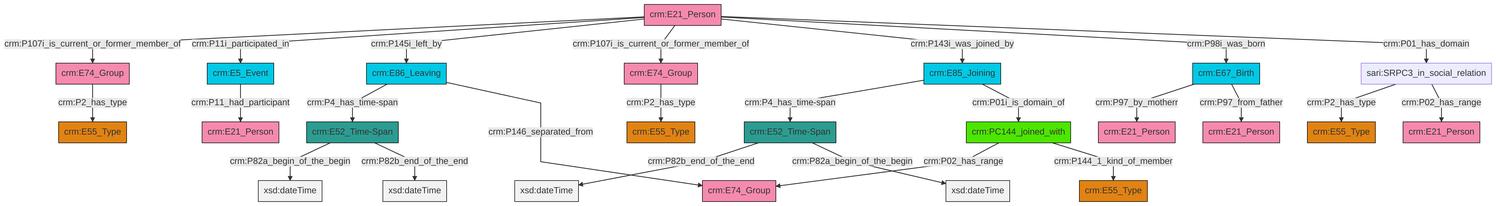
The Mermaid diagram et/personCSV/ttl/mmd/png/Person_Actor_Relations.png in swiss-art-research-net/docs.swissartresearch, before a commit. Its source is kept beside it as et/personCSV/ttl/mmd/Person_Actor_Relations.ttl.mmd.
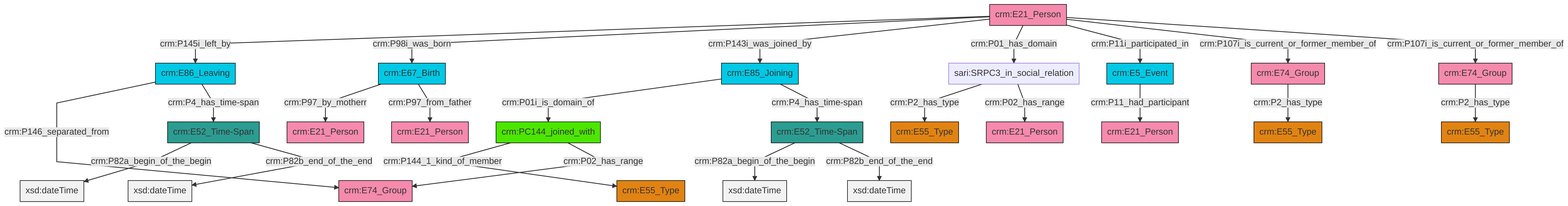
The same file after the commit.

Diff of the diagram source:
```diff
@@ -13,27 +13,27 @@
 classDef PC_Classes fill:#4ce600, stroke:#000000;
 classDef Multi fill:#cccccc,stroke:#000000;
 
-0["crm:E21_Person"]:::Actor -->|crm:P107i_is_current_or_former_member_of| 1["crm:E74_Group"]:::Actor
-2["sari:SRPC3_in_social_relation"]:::Default -->|crm:P2_has_type| 3["crm:E55_Type"]:::Type
-4["crm:E5_Event"]:::Temporal_Entity -->|crm:P11_had_participant| 5["crm:E21_Person"]:::Actor
-2["sari:SRPC3_in_social_relation"]:::Default -->|crm:P02_has_range| 6["crm:E21_Person"]:::Actor
-9["crm:PC144_joined_with"]:::PC_Classes -->|crm:P02_has_range| 10["crm:E74_Group"]:::Actor
-11["crm:E52_Time-Span"]:::Time-Span -->|crm:P82b_end_of_the_end| 12[xsd:dateTime]:::Literal
-13["crm:E52_Time-Span"]:::Time-Span -->|crm:P82a_begin_of_the_begin| 14[xsd:dateTime]:::Literal
-1["crm:E74_Group"]:::Actor -->|crm:P2_has_type| 15["crm:E55_Type"]:::Type
-9["crm:PC144_joined_with"]:::PC_Classes -->|crm:P144_1_kind_of_member| 21["crm:E55_Type"]:::Type
-0["crm:E21_Person"]:::Actor -->|crm:P11i_participated_in| 4["crm:E5_Event"]:::Temporal_Entity
-25["crm:E85_Joining"]:::Temporal_Entity -->|crm:P4_has_time-span| 11["crm:E52_Time-Span"]:::Time-Span
-26["crm:E86_Leaving"]:::Temporal_Entity -->|crm:P4_has_time-span| 13["crm:E52_Time-Span"]:::Time-Span
-0["crm:E21_Person"]:::Actor -->|crm:P145i_left_by| 26["crm:E86_Leaving"]:::Temporal_Entity
-25["crm:E85_Joining"]:::Temporal_Entity -->|crm:P01i_is_domain_of| 9["crm:PC144_joined_with"]:::PC_Classes
-11["crm:E52_Time-Span"]:::Time-Span -->|crm:P82a_begin_of_the_begin| 37[xsd:dateTime]:::Literal
-0["crm:E21_Person"]:::Actor -->|crm:P107i_is_current_or_former_member_of| 38["crm:E74_Group"]:::Actor
-38["crm:E74_Group"]:::Actor -->|crm:P2_has_type| 27["crm:E55_Type"]:::Type
-0["crm:E21_Person"]:::Actor -->|crm:P143i_was_joined_by| 25["crm:E85_Joining"]:::Temporal_Entity
-26["crm:E86_Leaving"]:::Temporal_Entity -->|crm:P146_separated_from| 10["crm:E74_Group"]:::Actor
-0["crm:E21_Person"]:::Actor -->|crm:P98i_was_born| 16["crm:E67_Birth"]:::Temporal_Entity
-13["crm:E52_Time-Span"]:::Time-Span -->|crm:P82b_end_of_the_end| 44[xsd:dateTime]:::Literal
-0["crm:E21_Person"]:::Actor -->|crm:P01_has_domain| 2["sari:SRPC3_in_social_relation"]:::Default
-16["crm:E67_Birth"]:::Temporal_Entity -->|crm:P97_by_motherr| 42["crm:E21_Person"]:::Actor
-16["crm:E67_Birth"]:::Temporal_Entity -->|crm:P97_from_father| 7["crm:E21_Person"]:::Actor
+2["crm:E52_Time-Span"]:::Time-Span -->|crm:P82a_begin_of_the_begin| 3[xsd:dateTime]:::Literal
+6["crm:E21_Person"]:::Actor -->|crm:P145i_left_by| 7["crm:E86_Leaving"]:::Temporal_Entity
+6["crm:E21_Person"]:::Actor -->|crm:P98i_was_born| 8["crm:E67_Birth"]:::Temporal_Entity
+6["crm:E21_Person"]:::Actor -->|crm:P143i_was_joined_by| 9["crm:E85_Joining"]:::Temporal_Entity
+9["crm:E85_Joining"]:::Temporal_Entity -->|crm:P01i_is_domain_of| 0["crm:PC144_joined_with"]:::PC_Classes
+6["crm:E21_Person"]:::Actor -->|crm:P01_has_domain| 14["sari:SRPC3_in_social_relation"]:::Default
+2["crm:E52_Time-Span"]:::Time-Span -->|crm:P82b_end_of_the_end| 15[xsd:dateTime]:::Literal
+0["crm:PC144_joined_with"]:::PC_Classes -->|crm:P144_1_kind_of_member| 4["crm:E55_Type"]:::Type
+6["crm:E21_Person"]:::Actor -->|crm:P11i_participated_in| 16["crm:E5_Event"]:::Temporal_Entity
+6["crm:E21_Person"]:::Actor -->|crm:P107i_is_current_or_former_member_of| 19["crm:E74_Group"]:::Actor
+7["crm:E86_Leaving"]:::Temporal_Entity -->|crm:P146_separated_from| 22["crm:E74_Group"]:::Actor
+23["crm:E52_Time-Span"]:::Time-Span -->|crm:P82a_begin_of_the_begin| 24[xsd:dateTime]:::Literal
+26["crm:E74_Group"]:::Actor -->|crm:P2_has_type| 27["crm:E55_Type"]:::Type
+8["crm:E67_Birth"]:::Temporal_Entity -->|crm:P97_by_motherr| 30["crm:E21_Person"]:::Actor
+14["sari:SRPC3_in_social_relation"]:::Default -->|crm:P2_has_type| 31["crm:E55_Type"]:::Type
+7["crm:E86_Leaving"]:::Temporal_Entity -->|crm:P4_has_time-span| 2["crm:E52_Time-Span"]:::Time-Span
+14["sari:SRPC3_in_social_relation"]:::Default -->|crm:P02_has_range| 17["crm:E21_Person"]:::Actor
+16["crm:E5_Event"]:::Temporal_Entity -->|crm:P11_had_participant| 36["crm:E21_Person"]:::Actor
+23["crm:E52_Time-Span"]:::Time-Span -->|crm:P82b_end_of_the_end| 37[xsd:dateTime]:::Literal
+6["crm:E21_Person"]:::Actor -->|crm:P107i_is_current_or_former_member_of| 26["crm:E74_Group"]:::Actor
+19["crm:E74_Group"]:::Actor -->|crm:P2_has_type| 12["crm:E55_Type"]:::Type
+8["crm:E67_Birth"]:::Temporal_Entity -->|crm:P97_from_father| 34["crm:E21_Person"]:::Actor
+0["crm:PC144_joined_with"]:::PC_Classes -->|crm:P02_has_range| 22["crm:E74_Group"]:::Actor
+9["crm:E85_Joining"]:::Temporal_Entity -->|crm:P4_has_time-span| 23["crm:E52_Time-Span"]:::Time-Span
```
